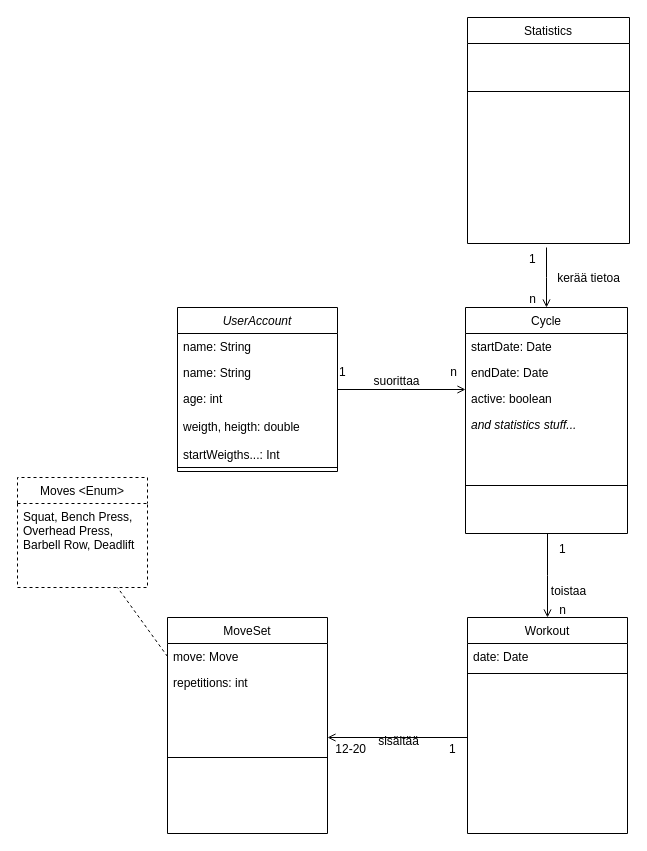
This is documentation/backend_luokat.drawio from TommiON/Lift-o-Meter, a draw.io file, before an edit. Source tidied: cells renumbered, new cells numbered last; positions are measured from the earlier drawing's top-left corner, leaving out a move shared by most shapes. Both pictures are drawn from the tidied source at 100%, with x=0, y=0 at pixel (17, 17).
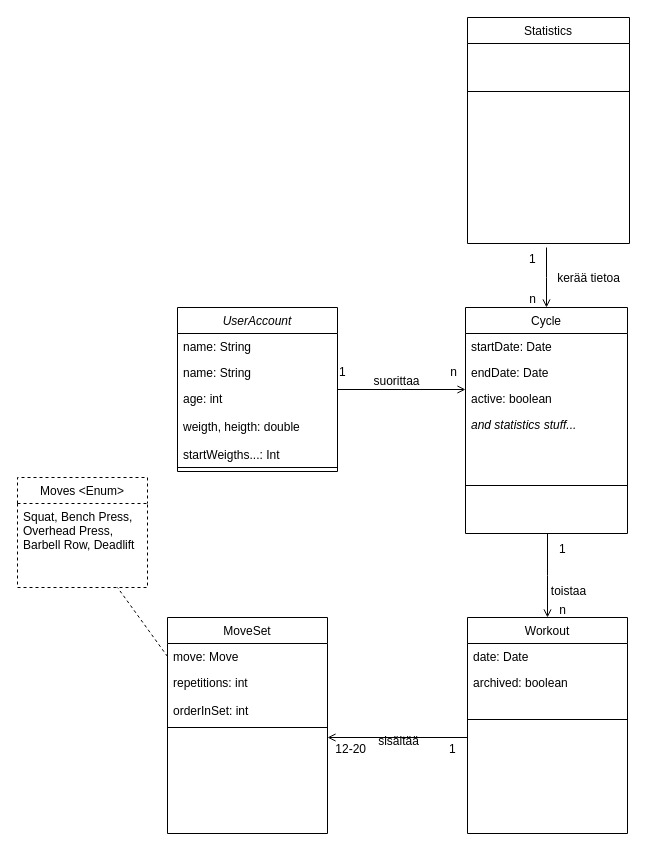
The same diagram, later.

Unchanged cells that the change refers to:
```xml
<mxCell id="19" value="Workout" style="swimlane;fontStyle=0;align=center;verticalAlign=top;horizontal=1;startSize=26;rounded=0;shadow=0;strokeWidth=1;" parent="1" vertex="1">
  <mxGeometry x="450" y="600" width="160" height="216" as="geometry" />
</mxCell>
<mxCell id="25" value="MoveSet&#10;" style="swimlane;fontStyle=0;align=center;verticalAlign=top;horizontal=1;startSize=26;rounded=0;shadow=0;strokeWidth=1;" parent="1" vertex="1">
  <mxGeometry x="150" y="600" width="160" height="216" as="geometry" />
</mxCell>
```

The edit, as a diff of the source:
```diff
@@
+    <mxCell id="41" value="archived: boolean" style="text;align=left;verticalAlign=top;spacingLeft=4;spacingRight=4;overflow=hidden;" parent="19" vertex="1">
+      <mxGeometry y="52" width="160" height="26" as="geometry" />
+    </mxCell>
     <mxCell id="21" style="line;html=1;strokeWidth=1;align=left;verticalAlign=middle;spacingTop=-1;spacingLeft=3;spacingRight=3;labelPosition=right;" parent="19" vertex="1">
-      <mxGeometry y="52" width="160" height="8" as="geometry" />
+      <mxGeometry y="78" width="160" height="48" as="geometry" />
     </mxCell>
@@
     <mxCell id="27" value="repetitions: int" style="text;align=left;verticalAlign=top;spacingLeft=4;spacingRight=4;overflow=hidden;" parent="25" vertex="1">
-      <mxGeometry y="52" width="160" height="84" as="geometry" />
+      <mxGeometry y="52" width="160" height="28" as="geometry" />
     </mxCell>
+    <mxCell id="42" value="orderInSet: int" style="text;align=left;verticalAlign=top;spacingLeft=4;spacingRight=4;overflow=hidden;" parent="25" vertex="1">
+      <mxGeometry y="80" width="160" height="26" as="geometry" />
+    </mxCell>
     <mxCell id="28" style="line;html=1;strokeWidth=1;align=left;verticalAlign=middle;spacingTop=-1;spacingLeft=3;spacingRight=3;labelPosition=right;" parent="25" vertex="1">
-      <mxGeometry y="136" width="160" height="8" as="geometry" />
+      <mxGeometry y="106" width="160" height="8" as="geometry" />
     </mxCell>
```
